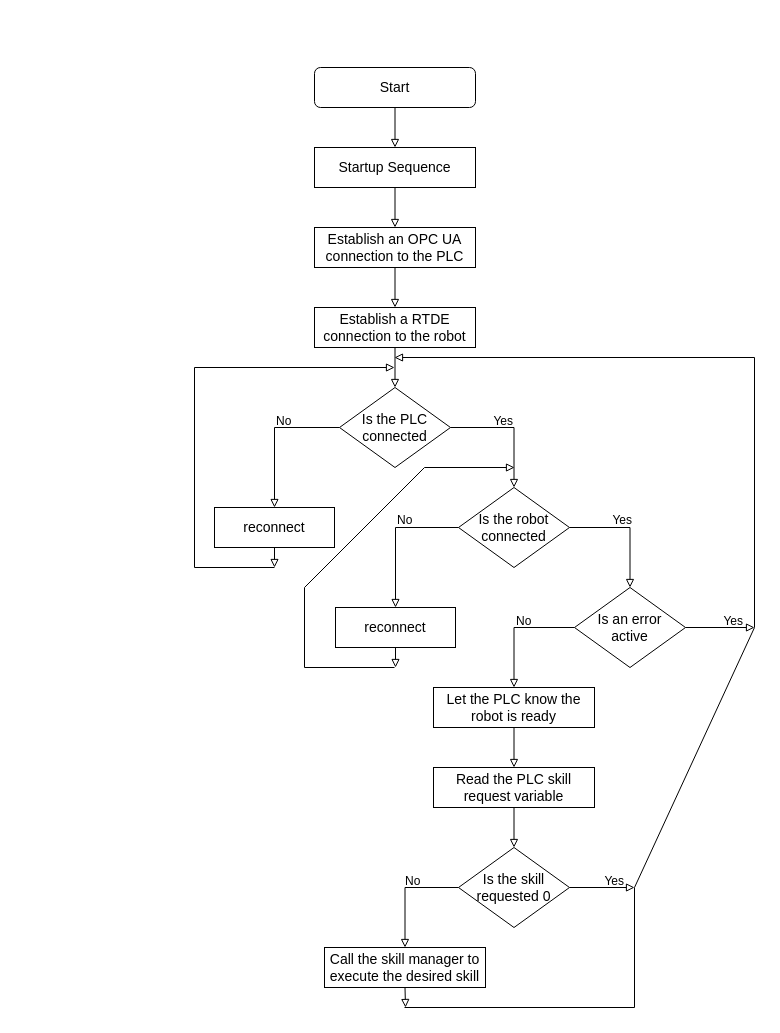
The draw.io diagram Recycling Module Program Ablaufdiagram.drawio in frangonzalez98/Diagramas_PFG, before the edit. Source tidied: cells renumbered, new cells numbered last; positions are measured from the earlier drawing's top-left corner, leaving out a move shared by most shapes. Both pictures are drawn from the tidied source at 100%, with x=0, y=0 at pixel (194, 67).
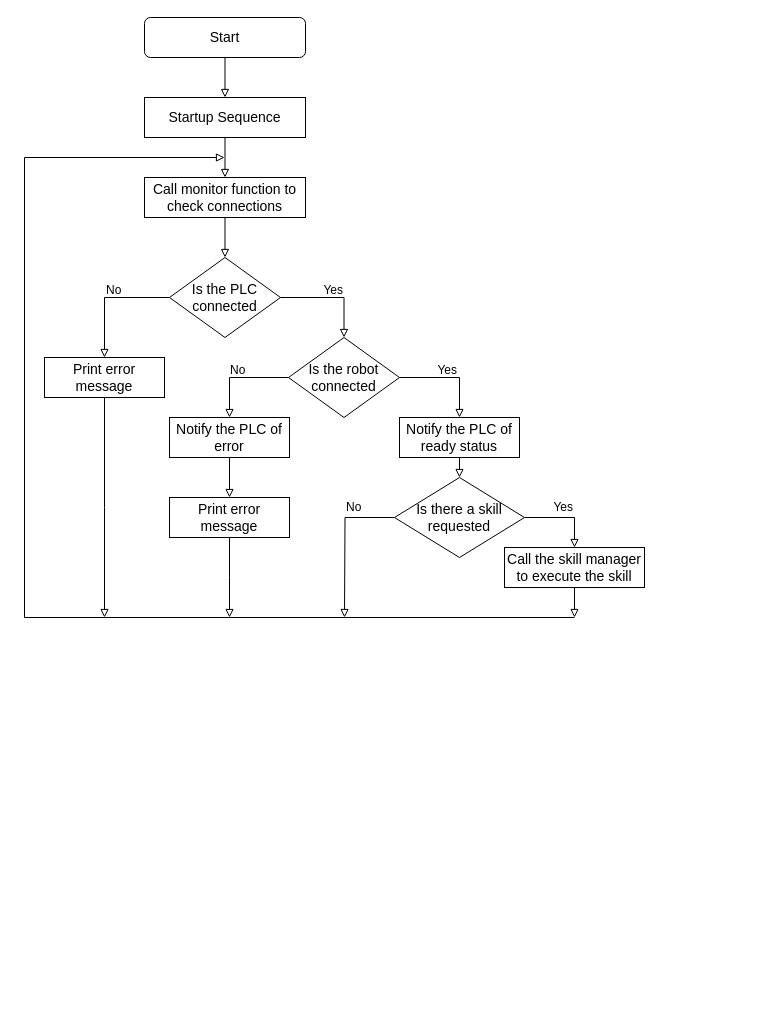
The same diagram, later.

The edit, as a diff of the source:
```diff
@@
     <mxCell id="3" value="&lt;font style=&quot;font-size: 14px;&quot;&gt;Start&lt;/font&gt;" style="rounded=1;whiteSpace=wrap;html=1;fontSize=12;glass=0;strokeWidth=1;shadow=0;fillColor=none;" parent="1" vertex="1">
-      <mxGeometry x="120" width="161" height="40" as="geometry" />
+      <mxGeometry x="-50" y="-50" width="161" height="40" as="geometry" />
     </mxCell>
@@
-    <mxCell id="5" style="edgeStyle=orthogonalEdgeStyle;rounded=0;jettySize=auto;html=1;exitX=1;exitY=0.5;exitDx=0;exitDy=0;fontSize=14;endArrow=block;endFill=0;" parent="1" edge="1" source="6" target="21">
+    <mxCell id="5" style="edgeStyle=orthogonalEdgeStyle;rounded=0;jettySize=auto;html=1;exitX=1;exitY=0.5;exitDx=0;exitDy=0;entryX=0.5;entryY=0;entryDx=0;entryDy=0;endArrow=block;endFill=0;" parent="1" edge="1" source="6" target="21">
       <mxGeometry relative="1" as="geometry" />
     </mxCell>
     <mxCell id="6" value="&lt;font style=&quot;font-size: 14px;&quot;&gt;Is the PLC connected&lt;/font&gt;" style="rhombus;whiteSpace=wrap;html=1;fontSize=12;fillColor=none;" parent="1" vertex="1">
-      <mxGeometry x="145" y="320" width="111" height="80" as="geometry" />
+      <mxGeometry x="-25" y="190" width="111" height="80" as="geometry" />
     </mxCell>
     <mxCell id="7" style="edgeStyle=orthogonalEdgeStyle;rounded=0;jettySize=auto;html=1;exitX=0.5;exitY=1;exitDx=0;exitDy=0;fontSize=14;endArrow=block;endFill=0;" parent="1" edge="1" source="8">
       <mxGeometry relative="1" as="geometry">
-        <mxPoint x="80" y="500" as="targetPoint" />
+        <mxPoint x="-90" y="550" as="targetPoint" />
       </mxGeometry>
     </mxCell>
-    <mxCell id="8" value="&lt;font style=&quot;font-size: 14px;&quot;&gt;reconnect&lt;/font&gt;" style="rounded=0;whiteSpace=wrap;html=1;fillColor=none;" parent="1" vertex="1">
-      <mxGeometry x="20" y="440" width="120" height="40" as="geometry" />
+    <mxCell id="8" value="&lt;font style=&quot;font-size: 14px;&quot;&gt;Print error message&lt;/font&gt;" style="rounded=0;whiteSpace=wrap;html=1;fillColor=none;" parent="1" vertex="1">
+      <mxGeometry x="-150" y="290" width="120" height="40" as="geometry" />
     </mxCell>
     <mxCell id="9" value="No" style="text;html=1;strokeColor=none;fillColor=none;align=left;verticalAlign=middle;whiteSpace=wrap;rounded=0;fontSize=12;" parent="1" vertex="1">
-      <mxGeometry x="80" y="339" width="60" height="30" as="geometry" />
+      <mxGeometry x="-90" y="208" width="60" height="30" as="geometry" />
     </mxCell>
     <mxCell id="10" value="Yes" style="text;html=1;strokeColor=none;fillColor=none;align=right;verticalAlign=middle;whiteSpace=wrap;rounded=0;fontSize=12;" parent="1" vertex="1">
-      <mxGeometry x="380" y="438" width="60" height="30" as="geometry" />
+      <mxGeometry x="205" y="288" width="60" height="30" as="geometry" />
     </mxCell>
-    <mxCell id="11" style="edgeStyle=orthogonalEdgeStyle;rounded=0;jettySize=auto;html=1;exitX=0.5;exitY=1;exitDx=0;exitDy=0;fontSize=14;endArrow=block;endFill=0;" parent="1" edge="1" source="12">
-      <mxGeometry relative="1" as="geometry">
-        <mxPoint x="201" y="600" as="targetPoint" />
-      </mxGeometry>
-    </mxCell>
+    <mxCell id="43" style="edgeStyle=orthogonalEdgeStyle;rounded=0;jettySize=auto;html=1;exitX=0.5;exitY=1;exitDx=0;exitDy=0;endArrow=block;endFill=0;" parent="1" edge="1" source="12">
+      <mxGeometry relative="1" as="geometry">
+        <mxPoint x="35" y="550" as="targetPoint" />
+      </mxGeometry>
+    </mxCell>
-    <mxCell id="12" value="&lt;font style=&quot;font-size: 14px;&quot;&gt;reconnect&lt;/font&gt;" style="rounded=0;whiteSpace=wrap;html=1;fillColor=none;" parent="1" vertex="1">
-      <mxGeometry x="141" y="540" width="120" height="40" as="geometry" />
+    <mxCell id="12" value="&lt;font style=&quot;font-size: 14px;&quot;&gt;Print error message&lt;/font&gt;" style="rounded=0;whiteSpace=wrap;html=1;fillColor=none;" parent="1" vertex="1">
+      <mxGeometry x="-25" y="430" width="120" height="40" as="geometry" />
     </mxCell>
-    <mxCell id="13" style="edgeStyle=orthogonalEdgeStyle;rounded=0;jettySize=auto;html=1;exitX=0.5;exitY=1;exitDx=0;exitDy=0;entryX=0.5;entryY=0;entryDx=0;entryDy=0;fontSize=14;endArrow=block;endFill=0;" parent="1" edge="1" source="14" target="16">
-      <mxGeometry relative="1" as="geometry" />
+    <mxCell id="13" style="edgeStyle=orthogonalEdgeStyle;rounded=0;jettySize=auto;html=1;exitX=0.5;exitY=1;exitDx=0;exitDy=0;entryX=0.5;entryY=0;entryDx=0;entryDy=0;fontSize=14;endArrow=block;endFill=0;" parent="1" edge="1" source="14">
+      <mxGeometry relative="1" as="geometry">
+        <mxPoint x="30.5" y="110" as="targetPoint" />
+      </mxGeometry>
     </mxCell>
     <mxCell id="14" value="&lt;font style=&quot;font-size: 14px;&quot;&gt;Startup Sequence&lt;/font&gt;" style="rounded=0;whiteSpace=wrap;html=1;fillColor=none;" parent="1" vertex="1">
-      <mxGeometry x="120" y="80" width="161" height="40" as="geometry" />
+      <mxGeometry x="-50" y="30" width="161" height="40" as="geometry" />
     </mxCell>
-    <mxCell id="15" style="edgeStyle=orthogonalEdgeStyle;rounded=0;jettySize=auto;html=1;fontSize=14;endArrow=block;endFill=0;" parent="1" edge="1" source="16" target="18">
-      <mxGeometry relative="1" as="geometry" />
-    </mxCell>
-    <mxCell id="16" value="&lt;font style=&quot;font-size: 14px;&quot;&gt;Establish an OPC UA connection to the PLC&lt;/font&gt;" style="rounded=0;whiteSpace=wrap;html=1;fillColor=none;" parent="1" vertex="1">
-      <mxGeometry x="120" y="160" width="161" height="40" as="geometry" />
-    </mxCell>
-    <mxCell id="17" style="edgeStyle=orthogonalEdgeStyle;rounded=0;jettySize=auto;html=1;fontSize=14;endArrow=block;endFill=0;" parent="1" edge="1" source="18" target="6">
-      <mxGeometry relative="1" as="geometry" />
-    </mxCell>
-    <mxCell id="18" value="&lt;font style=&quot;font-size: 14px;&quot;&gt;Establish a RTDE connection to the robot&lt;/font&gt;" style="rounded=0;whiteSpace=wrap;html=1;fillColor=none;" parent="1" vertex="1">
-      <mxGeometry x="120" y="240" width="161" height="40" as="geometry" />
-    </mxCell>
-    <mxCell id="19" style="edgeStyle=orthogonalEdgeStyle;rounded=0;jettySize=auto;html=1;exitX=0;exitY=0.5;exitDx=0;exitDy=0;entryX=0.5;entryY=0;entryDx=0;entryDy=0;fontSize=14;endArrow=block;endFill=0;" parent="1" edge="1" source="21" target="12">
-      <mxGeometry relative="1" as="geometry" />
-    </mxCell>
-    <mxCell id="20" style="edgeStyle=orthogonalEdgeStyle;rounded=0;jettySize=auto;html=1;exitX=1;exitY=0.5;exitDx=0;exitDy=0;entryX=0.5;entryY=0;entryDx=0;entryDy=0;fontSize=14;endArrow=block;endFill=0;" parent="1" edge="1" source="21" target="24">
-      <mxGeometry relative="1" as="geometry" />
-    </mxCell>
+    <mxCell id="44" style="edgeStyle=orthogonalEdgeStyle;rounded=0;jettySize=auto;html=1;exitX=0;exitY=0.5;exitDx=0;exitDy=0;entryX=0.5;entryY=0;entryDx=0;entryDy=0;endArrow=block;endFill=0;" parent="1" edge="1" source="21" target="49">
+      <mxGeometry relative="1" as="geometry" />
+    </mxCell>
+    <mxCell id="45" style="edgeStyle=orthogonalEdgeStyle;rounded=0;jettySize=auto;html=1;exitX=1;exitY=0.5;exitDx=0;exitDy=0;entryX=0.5;entryY=0;entryDx=0;entryDy=0;endArrow=block;endFill=0;" parent="1" edge="1" source="21" target="51">
+      <mxGeometry relative="1" as="geometry" />
+    </mxCell>
     <mxCell id="21" value="&lt;font style=&quot;font-size: 14px;&quot;&gt;Is the robot connected&lt;/font&gt;" style="rhombus;whiteSpace=wrap;html=1;fontSize=12;fillColor=none;" parent="1" vertex="1">
-      <mxGeometry x="264" y="420" width="111" height="80" as="geometry" />
+      <mxGeometry x="94" y="270" width="111" height="80" as="geometry" />
     </mxCell>
-    <mxCell id="22" style="edgeStyle=orthogonalEdgeStyle;rounded=0;jettySize=auto;html=1;exitX=1;exitY=0.5;exitDx=0;exitDy=0;fontSize=14;endArrow=block;endFill=0;" parent="1" edge="1" source="24">
-      <mxGeometry relative="1" as="geometry">
-        <mxPoint x="560" y="560" as="targetPoint" />
-      </mxGeometry>
-    </mxCell>
-    <mxCell id="23" style="edgeStyle=orthogonalEdgeStyle;rounded=0;jettySize=auto;html=1;exitX=0;exitY=0.5;exitDx=0;exitDy=0;entryX=0.5;entryY=0;entryDx=0;entryDy=0;fontSize=14;endArrow=block;endFill=0;" parent="1" edge="1" source="24" target="28">
-      <mxGeometry relative="1" as="geometry" />
-    </mxCell>
-    <mxCell id="24" value="&lt;font style=&quot;font-size: 14px;&quot;&gt;Is an error &lt;br&gt;active&lt;/font&gt;" style="rhombus;whiteSpace=wrap;html=1;fontSize=12;fillColor=none;" parent="1" vertex="1">
-      <mxGeometry x="380" y="520" width="111" height="80" as="geometry" />
-    </mxCell>
     <mxCell id="25" value="No" style="text;html=1;strokeColor=none;fillColor=none;align=left;verticalAlign=middle;whiteSpace=wrap;rounded=0;fontSize=12;" parent="1" vertex="1">
-      <mxGeometry x="201" y="438" width="60" height="30" as="geometry" />
+      <mxGeometry x="34" y="288" width="60" height="30" as="geometry" />
     </mxCell>
-    <mxCell id="26" value="Yes" style="text;html=1;strokeColor=none;fillColor=none;align=right;verticalAlign=middle;whiteSpace=wrap;rounded=0;fontSize=12;" parent="1" vertex="1">
-      <mxGeometry x="491" y="539" width="60" height="30" as="geometry" />
-    </mxCell>
-    <mxCell id="27" style="edgeStyle=orthogonalEdgeStyle;rounded=0;jettySize=auto;html=1;fontSize=14;endArrow=block;endFill=0;" parent="1" edge="1" source="28" target="31">
-      <mxGeometry relative="1" as="geometry" />
-    </mxCell>
-    <mxCell id="28" value="&lt;font style=&quot;font-size: 14px;&quot;&gt;Let the PLC know the robot is ready&lt;/font&gt;" style="rounded=0;whiteSpace=wrap;html=1;fillColor=none;" parent="1" vertex="1">
-      <mxGeometry x="239" y="620" width="161" height="40" as="geometry" />
-    </mxCell>
-    <mxCell id="29" value="No" style="text;html=1;strokeColor=none;fillColor=none;align=left;verticalAlign=middle;whiteSpace=wrap;rounded=0;fontSize=12;" parent="1" vertex="1">
-      <mxGeometry x="320" y="539" width="60" height="30" as="geometry" />
-    </mxCell>
-    <mxCell id="30" style="edgeStyle=orthogonalEdgeStyle;rounded=0;jettySize=auto;html=1;exitX=0.5;exitY=1;exitDx=0;exitDy=0;entryX=0.5;entryY=0;entryDx=0;entryDy=0;fontSize=14;endArrow=block;endFill=0;" parent="1" edge="1" source="31" target="36">
-      <mxGeometry relative="1" as="geometry" />
-    </mxCell>
-    <mxCell id="31" value="&lt;font style=&quot;font-size: 14px;&quot;&gt;Read the PLC skill request variable&lt;/font&gt;" style="rounded=0;whiteSpace=wrap;html=1;fillColor=none;" parent="1" vertex="1">
-      <mxGeometry x="239" y="700" width="161" height="40" as="geometry" />
-    </mxCell>
     <mxCell id="32" value="Yes" style="text;html=1;strokeColor=none;fillColor=none;align=right;verticalAlign=middle;whiteSpace=wrap;rounded=0;fontSize=12;" parent="1" vertex="1">
-      <mxGeometry x="261" y="339" width="60" height="30" as="geometry" />
+      <mxGeometry x="91" y="208" width="60" height="30" as="geometry" />
     </mxCell>
-    <mxCell id="33" style="endArrow=block;html=1;rounded=0;fontSize=14;endFill=0;" parent="1" edge="1">
-      <mxGeometry relative="1" as="geometry">
-        <mxPoint x="200" y="600" as="sourcePoint" />
-        <mxPoint x="320" y="400" as="targetPoint" />
-        <Array as="points">
-          <mxPoint x="110" y="600" />
-          <mxPoint x="110" y="520" />
-          <mxPoint x="230" y="400" />
-        </Array>
-      </mxGeometry>
-    </mxCell>
-    <mxCell id="34" style="edgeStyle=orthogonalEdgeStyle;rounded=0;jettySize=auto;html=1;exitX=1;exitY=0.5;exitDx=0;exitDy=0;fontSize=14;endArrow=block;endFill=0;" parent="1" edge="1" source="36">
-      <mxGeometry relative="1" as="geometry">
-        <mxPoint x="440" y="820" as="targetPoint" />
-      </mxGeometry>
-    </mxCell>
-    <mxCell id="35" style="edgeStyle=orthogonalEdgeStyle;rounded=0;jettySize=auto;html=1;exitX=0;exitY=0.5;exitDx=0;exitDy=0;entryX=0.5;entryY=0;entryDx=0;entryDy=0;fontSize=14;endArrow=block;endFill=0;" parent="1" edge="1" source="36" target="40">
-      <mxGeometry relative="1" as="geometry" />
-    </mxCell>
-    <mxCell id="36" value="&lt;font style=&quot;font-size: 14px;&quot;&gt;Is the skill requested 0&lt;br&gt;&lt;/font&gt;" style="rhombus;whiteSpace=wrap;html=1;fontSize=12;fillColor=none;" parent="1" vertex="1">
-      <mxGeometry x="264" y="780" width="111" height="80" as="geometry" />
-    </mxCell>
-    <mxCell id="37" value="Yes" style="text;html=1;strokeColor=none;fillColor=none;align=right;verticalAlign=middle;whiteSpace=wrap;rounded=0;fontSize=12;" parent="1" vertex="1">
-      <mxGeometry x="372" y="799" width="60" height="30" as="geometry" />
-    </mxCell>
-    <mxCell id="38" value="No" style="text;html=1;strokeColor=none;fillColor=none;align=left;verticalAlign=middle;whiteSpace=wrap;rounded=0;fontSize=12;" parent="1" vertex="1">
-      <mxGeometry x="209" y="799" width="31" height="30" as="geometry" />
-    </mxCell>
-    <mxCell id="39" style="edgeStyle=orthogonalEdgeStyle;rounded=0;jettySize=auto;html=1;exitX=0.5;exitY=1;exitDx=0;exitDy=0;fontSize=14;endArrow=block;endFill=0;" parent="1" edge="1" source="40">
-      <mxGeometry relative="1" as="geometry">
-        <mxPoint x="211" y="940" as="targetPoint" />
-      </mxGeometry>
-    </mxCell>
-    <mxCell id="40" value="&lt;font style=&quot;font-size: 14px;&quot;&gt;Call the skill manager to execute the desired skill&lt;/font&gt;" style="rounded=0;whiteSpace=wrap;html=1;fillColor=none;" parent="1" vertex="1">
-      <mxGeometry x="130" y="880" width="161" height="40" as="geometry" />
-    </mxCell>
-    <mxCell id="41" style="endArrow=block;html=1;rounded=0;fontSize=14;endFill=0;" parent="1" edge="1">
-      <mxGeometry relative="1" as="geometry">
-        <mxPoint x="210" y="940" as="sourcePoint" />
-        <mxPoint x="200" y="290" as="targetPoint" />
-        <Array as="points">
-          <mxPoint x="440" y="940" />
-          <mxPoint x="440" y="820" />
-          <mxPoint x="560" y="560" />
-          <mxPoint x="560" y="290" />
-        </Array>
-      </mxGeometry>
-    </mxCell>
     <mxCell id="42" style="endArrow=block;html=1;rounded=0;fontSize=14;endFill=0;" parent="1" edge="1">
       <mxGeometry relative="1" as="geometry">
-        <mxPoint x="80" y="500" as="sourcePoint" />
-        <mxPoint x="200" y="300" as="targetPoint" />
+        <mxPoint x="380" y="550" as="sourcePoint" />
+        <mxPoint x="30" y="90" as="targetPoint" />
         <Array as="points">
-          <mxPoint y="500" />
-          <mxPoint y="300" />
+          <mxPoint x="-170" y="550" />
+          <mxPoint x="-170" y="90" />
         </Array>
       </mxGeometry>
     </mxCell>
+    <mxCell id="46" style="edgeStyle=orthogonalEdgeStyle;rounded=0;jettySize=auto;html=1;exitX=0.5;exitY=1;exitDx=0;exitDy=0;entryX=0.5;entryY=0;entryDx=0;entryDy=0;endArrow=block;endFill=0;" parent="1" edge="1" source="47" target="6">
+      <mxGeometry relative="1" as="geometry" />
+    </mxCell>
+    <mxCell id="47" value="&lt;span style=&quot;font-size: 14px;&quot;&gt;Call monitor function to check connections&lt;/span&gt;" style="rounded=0;whiteSpace=wrap;html=1;fillColor=none;" parent="1" vertex="1">
+      <mxGeometry x="-50" y="110" width="161" height="40" as="geometry" />
+    </mxCell>
+    <mxCell id="48" style="edgeStyle=orthogonalEdgeStyle;rounded=0;jettySize=auto;html=1;exitX=0.5;exitY=1;exitDx=0;exitDy=0;entryX=0.5;entryY=0;entryDx=0;entryDy=0;endArrow=block;endFill=0;" parent="1" edge="1" source="49" target="12">
+      <mxGeometry relative="1" as="geometry" />
+    </mxCell>
+    <mxCell id="49" value="&lt;font style=&quot;font-size: 14px;&quot;&gt;Notify the PLC of error&lt;/font&gt;" style="rounded=0;whiteSpace=wrap;html=1;fillColor=none;" parent="1" vertex="1">
+      <mxGeometry x="-25" y="350" width="120" height="40" as="geometry" />
+    </mxCell>
+    <mxCell id="50" style="edgeStyle=orthogonalEdgeStyle;rounded=0;jettySize=auto;html=1;exitX=0.5;exitY=1;exitDx=0;exitDy=0;entryX=0.5;entryY=0;entryDx=0;entryDy=0;endArrow=block;endFill=0;" parent="1" edge="1" source="51" target="54">
+      <mxGeometry relative="1" as="geometry" />
+    </mxCell>
+    <mxCell id="51" value="&lt;span style=&quot;font-size: 14px;&quot;&gt;Notify the PLC of ready status&lt;/span&gt;" style="rounded=0;whiteSpace=wrap;html=1;fillColor=none;" parent="1" vertex="1">
+      <mxGeometry x="205" y="350" width="120" height="40" as="geometry" />
+    </mxCell>
+    <mxCell id="52" style="edgeStyle=orthogonalEdgeStyle;rounded=0;jettySize=auto;html=1;exitX=0;exitY=0.5;exitDx=0;exitDy=0;endArrow=block;endFill=0;" parent="1" edge="1" source="54">
+      <mxGeometry relative="1" as="geometry">
+        <mxPoint x="150" y="550" as="targetPoint" />
+      </mxGeometry>
+    </mxCell>
+    <mxCell id="53" style="edgeStyle=orthogonalEdgeStyle;rounded=0;jettySize=auto;html=1;exitX=1;exitY=0.5;exitDx=0;exitDy=0;entryX=0.5;entryY=0;entryDx=0;entryDy=0;endArrow=block;endFill=0;" parent="1" edge="1" source="54" target="58">
+      <mxGeometry relative="1" as="geometry" />
+    </mxCell>
+    <mxCell id="54" value="&lt;font style=&quot;font-size: 14px;&quot;&gt;Is there a skill requested&lt;/font&gt;" style="rhombus;whiteSpace=wrap;html=1;fontSize=12;fillColor=none;" parent="1" vertex="1">
+      <mxGeometry x="200" y="410" width="130" height="80" as="geometry" />
+    </mxCell>
+    <mxCell id="55" value="Yes" style="text;html=1;strokeColor=none;fillColor=none;align=right;verticalAlign=middle;whiteSpace=wrap;rounded=0;fontSize=12;" parent="1" vertex="1">
+      <mxGeometry x="340" y="425" width="40.5" height="30" as="geometry" />
+    </mxCell>
+    <mxCell id="56" value="No" style="text;html=1;strokeColor=none;fillColor=none;align=left;verticalAlign=middle;whiteSpace=wrap;rounded=0;fontSize=12;" parent="1" vertex="1">
+      <mxGeometry x="149.5" y="425" width="30.5" height="30" as="geometry" />
+    </mxCell>
+    <mxCell id="57" style="edgeStyle=orthogonalEdgeStyle;rounded=0;jettySize=auto;html=1;exitX=0.5;exitY=1;exitDx=0;exitDy=0;endArrow=block;endFill=0;" parent="1" edge="1" source="58">
+      <mxGeometry relative="1" as="geometry">
+        <mxPoint x="380" y="550" as="targetPoint" />
+      </mxGeometry>
+    </mxCell>
+    <mxCell id="58" value="&lt;span style=&quot;font-size: 14px;&quot;&gt;Call the skill manager to execute the skill&lt;/span&gt;" style="rounded=0;whiteSpace=wrap;html=1;fillColor=none;" parent="1" vertex="1">
+      <mxGeometry x="310" y="480" width="140" height="40" as="geometry" />
+    </mxCell>
```
